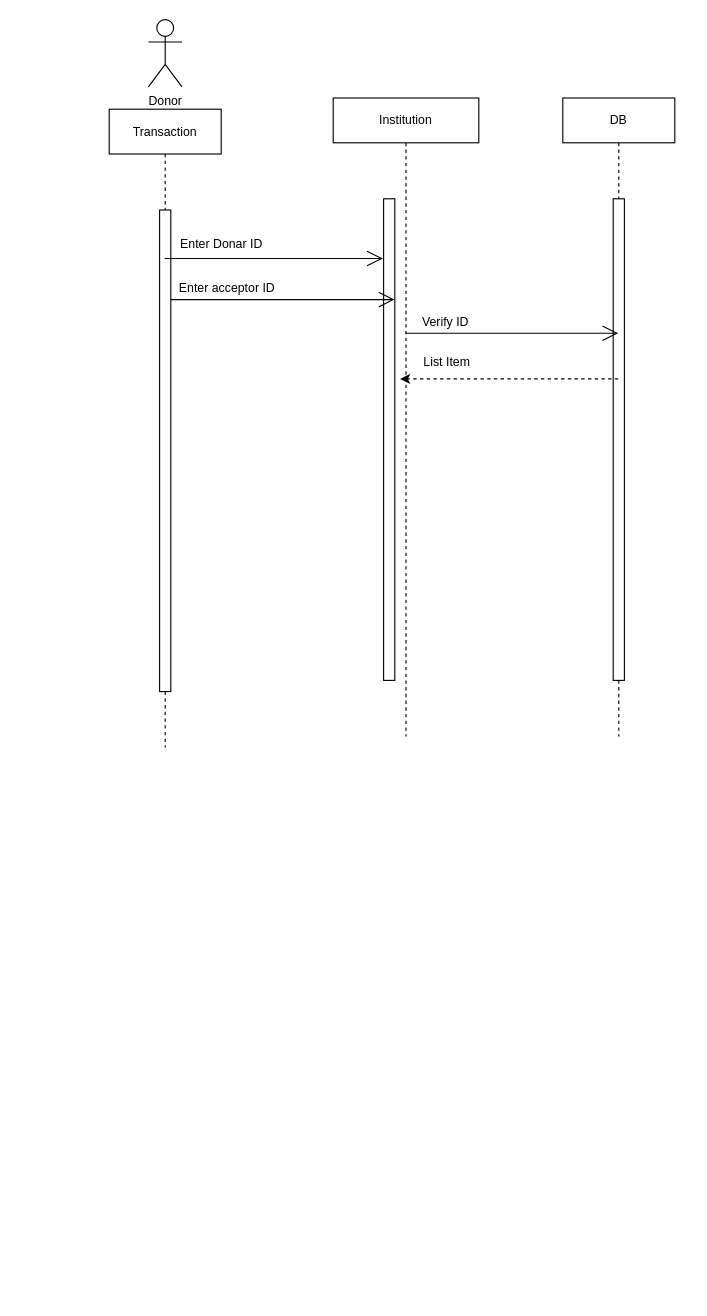
Before: page "Transaction Activity" (4 of 4) of InstitutionManagement.drawio in muhmagdy/Bloodify, a draw.io diagram. Source tidied: cells renumbered, new cells numbered last; positions are measured from the earlier drawing's top-left corner, leaving out a move shared by most shapes. Both pictures are drawn from the tidied source at 112%, with x=0, y=0 at pixel (109, 19).
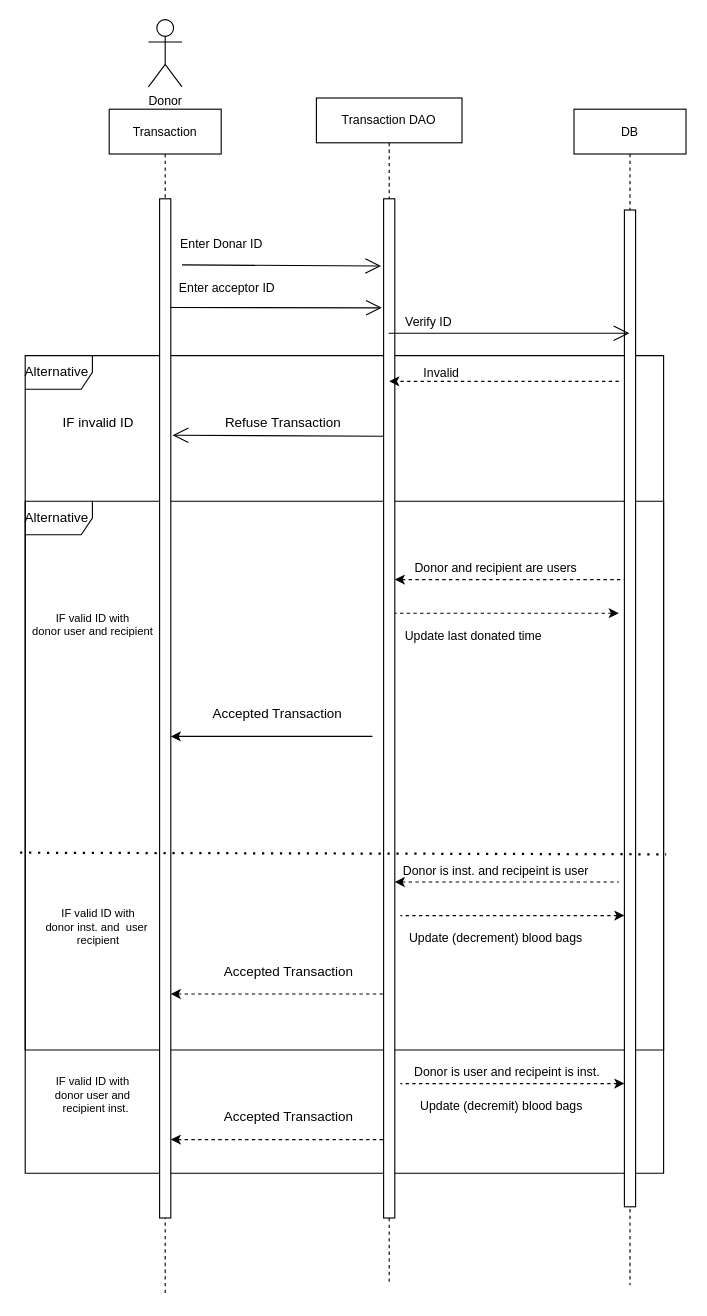
The same diagram, later.

Commit message (it also covers changes not shown here):
added transaction activity diagram

The edit, as a diff of the source:
```diff
@@
+    <mxCell id="17" value="Alternative&amp;nbsp;" style="shape=umlFrame;whiteSpace=wrap;html=1;" parent="1" vertex="1">
+      <mxGeometry x="-75" y="430" width="570" height="490" as="geometry" />
+    </mxCell>
+    <mxCell id="18" value="Alternative&amp;nbsp;" style="shape=umlFrame;whiteSpace=wrap;html=1;" parent="1" vertex="1">
+      <mxGeometry x="-75" y="300" width="570" height="730" as="geometry" />
+    </mxCell>
@@
     <mxCell id="3" value="Transaction" style="shape=umlLifeline;perimeter=lifelinePerimeter;whiteSpace=wrap;html=1;outlineConnect=0;fontSize=11;" parent="1" vertex="1">
-      <mxGeometry y="80" width="100" height="570" as="geometry" />
+      <mxGeometry y="80" width="100" height="1060" as="geometry" />
     </mxCell>
     <mxCell id="4" style="html=1;points=[];perimeter=orthogonalPerimeter;fontSize=11;" parent="3" vertex="1">
-      <mxGeometry x="45" y="90" width="10" height="430" as="geometry" />
+      <mxGeometry x="45" y="80" width="10" height="910" as="geometry" />
     </mxCell>
-    <mxCell id="5" value="Institution" style="shape=umlLifeline;perimeter=lifelinePerimeter;whiteSpace=wrap;html=1;outlineConnect=0;fontSize=11;" parent="1" vertex="1">
-      <mxGeometry x="200" y="70" width="130" height="570" as="geometry" />
+    <mxCell id="5" value="Transaction DAO" style="shape=umlLifeline;perimeter=lifelinePerimeter;whiteSpace=wrap;html=1;outlineConnect=0;fontSize=11;" parent="1" vertex="1">
+      <mxGeometry x="185" y="70" width="130" height="1060" as="geometry" />
     </mxCell>
     <mxCell id="6" style="html=1;points=[];perimeter=orthogonalPerimeter;fontSize=11;" parent="5" vertex="1">
-      <mxGeometry x="45" y="90" width="10" height="430" as="geometry" />
+      <mxGeometry x="60" y="90" width="10" height="910" as="geometry" />
     </mxCell>
@@
+    <mxCell id="19" value="Accepted Transaction" style="text;html=1;align=center;verticalAlign=middle;strokeColor=none;fillColor=none;" parent="5" vertex="1">
+      <mxGeometry x="-100" y="540" width="130" height="20" as="geometry" />
+    </mxCell>
+    <mxCell id="20" style="endArrow=none;endFill=0;endSize=12;html=1;fontSize=11;startArrow=classic;startFill=1;" parent="5" edge="1">
+      <mxGeometry relative="1" as="geometry">
+        <mxPoint x="-130" y="570" as="sourcePoint" />
+        <mxPoint x="50" y="570" as="targetPoint" />
+        <Array as="points">
+          <mxPoint x="-24.5" y="570" />
+        </Array>
+      </mxGeometry>
+    </mxCell>
     <mxCell id="8" value="DB" style="shape=umlLifeline;perimeter=lifelinePerimeter;whiteSpace=wrap;html=1;outlineConnect=0;fontSize=11;" parent="1" vertex="1">
-      <mxGeometry x="405" y="70" width="100" height="570" as="geometry" />
+      <mxGeometry x="415" y="80" width="100" height="1050" as="geometry" />
     </mxCell>
     <mxCell id="9" style="html=1;perimeter=orthogonalPerimeter;fontSize=11;" parent="8" vertex="1">
-      <mxGeometry x="45" y="90" width="10" height="430" as="geometry" />
+      <mxGeometry x="45" y="90" width="10" height="890" as="geometry" />
     </mxCell>
-    <mxCell id="10" style="endArrow=open;endFill=1;endSize=12;html=1;fontSize=11;entryX=-0.066;entryY=0.124;entryDx=0;entryDy=0;entryPerimeter=0;" parent="1" edge="1" source="3" target="6">
-      <mxGeometry relative="1" as="geometry" />
+    <mxCell id="10" style="endArrow=open;endFill=1;endSize=12;html=1;fontSize=11;entryX=-0.157;entryY=0.107;entryDx=0;entryDy=0;entryPerimeter=0;" parent="1" edge="1" target="6">
+      <mxGeometry relative="1" as="geometry">
+        <mxPoint x="55" y="257" as="sourcePoint" />
+      </mxGeometry>
     </mxCell>
@@
-    <mxCell id="13" style="endArrow=classic;html=1;fontSize=11;entryX=1.467;entryY=0.374;entryDx=0;entryDy=0;entryPerimeter=0;dashed=1;" parent="1" edge="1" source="8" target="6">
-      <mxGeometry relative="1" as="geometry" />
+    <mxCell id="13" style="endArrow=classic;html=1;fontSize=11;dashed=1;" parent="1" edge="1">
+      <mxGeometry relative="1" as="geometry">
+        <mxPoint x="455" y="323" as="sourcePoint" />
+        <mxPoint x="250" y="323" as="targetPoint" />
+        <Array as="points">
+          <mxPoint x="385" y="323" />
+        </Array>
+      </mxGeometry>
     </mxCell>
-    <mxCell id="14" value="List Item" style="text;strokeColor=none;fillColor=none;align=left;verticalAlign=middle;spacingLeft=4;spacingRight=4;overflow=hidden;fontSize=11;" parent="1" vertex="1">
-      <mxGeometry x="275" y="290" width="80" height="30" as="geometry" />
+    <mxCell id="14" value="Invalid" style="text;strokeColor=none;fillColor=none;align=left;verticalAlign=middle;spacingLeft=4;spacingRight=4;overflow=hidden;fontSize=11;" parent="1" vertex="1">
+      <mxGeometry x="275" y="300" width="80" height="30" as="geometry" />
     </mxCell>
-    <mxCell id="15" style="endArrow=open;endFill=1;endSize=12;html=1;fontSize=11;entryX=-0.066;entryY=0.124;entryDx=0;entryDy=0;entryPerimeter=0;" parent="1" edge="1">
+    <mxCell id="15" style="endArrow=open;endFill=1;endSize=12;html=1;fontSize=11;entryX=-0.226;entryY=0.066;entryDx=0;entryDy=0;entryPerimeter=0;" parent="1" edge="1" target="6">
       <mxGeometry relative="1" as="geometry">
-        <mxPoint x="55" y="250" as="sourcePoint" />
-        <mxPoint x="254.7" y="250" as="targetPoint" />
+        <mxPoint x="65" y="219" as="sourcePoint" />
       </mxGeometry>
     </mxCell>
@@
+    <mxCell id="21" style="endArrow=open;endFill=1;endSize=12;html=1;exitX=0.04;exitY=0.233;exitDx=0;exitDy=0;exitPerimeter=0;entryX=1.16;entryY=0.232;entryDx=0;entryDy=0;entryPerimeter=0;" parent="1" edge="1" source="6" target="4">
+      <mxGeometry relative="1" as="geometry" />
+    </mxCell>
+    <mxCell id="22" value="Refuse Transaction" style="text;html=1;align=center;verticalAlign=middle;strokeColor=none;fillColor=none;" parent="1" vertex="1">
+      <mxGeometry x="95" y="350" width="120" height="20" as="geometry" />
+    </mxCell>
+    <mxCell id="23" value="IF invalid ID" style="text;html=1;align=center;verticalAlign=middle;strokeColor=none;fillColor=none;" parent="1" vertex="1">
+      <mxGeometry x="-50" y="350" width="80" height="20" as="geometry" />
+    </mxCell>
+    <mxCell id="24" style="endArrow=none;dashed=1;html=1;dashPattern=1 3;strokeWidth=2;exitX=-0.008;exitY=0.608;exitDx=0;exitDy=0;exitPerimeter=0;rounded=0;entryX=1.004;entryY=0.61;entryDx=0;entryDy=0;entryPerimeter=0;" parent="1" edge="1" source="18" target="18">
+      <mxGeometry relative="1" as="geometry" />
+    </mxCell>
+    <mxCell id="25" value="Donor and recipient are users" style="text;html=1;align=center;verticalAlign=middle;strokeColor=none;fillColor=none;fontSize=11;" parent="1" vertex="1">
+      <mxGeometry x="265" y="480" width="160" height="20" as="geometry" />
+    </mxCell>
+    <mxCell id="26" style="endArrow=none;endFill=0;endSize=12;html=1;fontSize=11;startArrow=classic;startFill=1;dashed=1;" parent="1" edge="1">
+      <mxGeometry relative="1" as="geometry">
+        <mxPoint x="255" y="500" as="sourcePoint" />
+        <mxPoint x="460" y="500" as="targetPoint" />
+        <Array as="points">
+          <mxPoint x="360.5" y="500" />
+        </Array>
+      </mxGeometry>
+    </mxCell>
+    <mxCell id="27" style="endArrow=none;endFill=0;endSize=12;html=1;fontSize=11;startArrow=classic;startFill=1;dashed=1;" parent="1" edge="1" target="6">
+      <mxGeometry relative="1" as="geometry">
+        <mxPoint x="455" y="530" as="sourcePoint" />
+        <Array as="points">
+          <mxPoint x="371" y="530" />
+        </Array>
+      </mxGeometry>
+    </mxCell>
+    <mxCell id="28" value="&lt;font style=&quot;font-size: 10px&quot;&gt;IF valid ID with &lt;br&gt;donor user and recipient&lt;br&gt;&lt;/font&gt;" style="text;html=1;align=center;verticalAlign=middle;strokeColor=none;fillColor=none;fontSize=10;" parent="1" vertex="1">
+      <mxGeometry x="-75" y="525" width="120" height="30" as="geometry" />
+    </mxCell>
+    <mxCell id="29" value="Update last donated time" style="text;html=1;align=center;verticalAlign=middle;strokeColor=none;fillColor=none;fontSize=11;" parent="1" vertex="1">
+      <mxGeometry x="255" y="540" width="140" height="20" as="geometry" />
+    </mxCell>
+    <mxCell id="30" value="Donor is inst. and recipeint is user" style="text;html=1;align=center;verticalAlign=middle;strokeColor=none;fillColor=none;fontSize=11;" parent="1" vertex="1">
+      <mxGeometry x="255" y="750" width="180" height="20" as="geometry" />
+    </mxCell>
+    <mxCell id="31" style="endArrow=none;endFill=0;endSize=12;html=1;fontSize=11;startArrow=classic;startFill=1;dashed=1;" parent="1" edge="1" source="6">
+      <mxGeometry relative="1" as="geometry">
+        <mxPoint x="455" y="770" as="targetPoint" />
+        <Array as="points">
+          <mxPoint x="361" y="770" />
+        </Array>
+      </mxGeometry>
+    </mxCell>
+    <mxCell id="32" style="endArrow=none;endFill=0;endSize=12;html=1;fontSize=11;startArrow=classic;startFill=1;dashed=1;" parent="1" edge="1">
+      <mxGeometry relative="1" as="geometry">
+        <mxPoint x="460" y="800" as="sourcePoint" />
+        <mxPoint x="260" y="800" as="targetPoint" />
+        <Array as="points">
+          <mxPoint x="376" y="800" />
+        </Array>
+      </mxGeometry>
+    </mxCell>
+    <mxCell id="33" value="Update (decrement) blood bags" style="text;html=1;align=center;verticalAlign=middle;strokeColor=none;fillColor=none;fontSize=11;" parent="1" vertex="1">
+      <mxGeometry x="260" y="810" width="170" height="20" as="geometry" />
+    </mxCell>
+    <mxCell id="34" style="endArrow=none;endFill=0;endSize=12;html=1;fontSize=11;startArrow=classic;startFill=1;dashed=1;" parent="1" edge="1" source="4">
+      <mxGeometry relative="1" as="geometry">
+        <mxPoint x="245" y="870" as="targetPoint" />
+        <Array as="points">
+          <mxPoint x="170.5" y="870" />
+        </Array>
+      </mxGeometry>
+    </mxCell>
+    <mxCell id="35" value="Accepted Transaction" style="text;html=1;align=center;verticalAlign=middle;strokeColor=none;fillColor=none;" parent="1" vertex="1">
+      <mxGeometry x="95" y="840" width="130" height="20" as="geometry" />
+    </mxCell>
+    <mxCell id="36" value="&lt;font style=&quot;font-size: 10px&quot;&gt;IF valid ID with &lt;br&gt;donor inst. and&amp;nbsp; user&amp;nbsp;&lt;br&gt;recipient&lt;br&gt;&lt;/font&gt;" style="text;html=1;align=center;verticalAlign=middle;strokeColor=none;fillColor=none;fontSize=10;" parent="1" vertex="1">
+      <mxGeometry x="-65" y="790" width="110" height="40" as="geometry" />
+    </mxCell>
+    <mxCell id="37" value="&lt;font style=&quot;font-size: 10px&quot;&gt;IF valid ID with &lt;br&gt;donor user and&lt;br&gt;&amp;nbsp; recipient inst.&lt;br&gt;&lt;/font&gt;" style="text;html=1;align=center;verticalAlign=middle;strokeColor=none;fillColor=none;fontSize=10;" parent="1" vertex="1">
+      <mxGeometry x="-55" y="940" width="80" height="40" as="geometry" />
+    </mxCell>
+    <mxCell id="38" style="endArrow=none;endFill=0;endSize=12;html=1;fontSize=11;startArrow=classic;startFill=1;dashed=1;" parent="1" edge="1">
+      <mxGeometry relative="1" as="geometry">
+        <mxPoint x="460" y="950" as="sourcePoint" />
+        <mxPoint x="260" y="950" as="targetPoint" />
+        <Array as="points">
+          <mxPoint x="376" y="950" />
+        </Array>
+      </mxGeometry>
+    </mxCell>
+    <mxCell id="39" value="Update (decremit) blood bags" style="text;html=1;align=center;verticalAlign=middle;strokeColor=none;fillColor=none;fontSize=11;" parent="1" vertex="1">
+      <mxGeometry x="270" y="960" width="160" height="20" as="geometry" />
+    </mxCell>
+    <mxCell id="40" value="Donor is user and recipeint is inst." style="text;html=1;align=center;verticalAlign=middle;strokeColor=none;fillColor=none;fontSize=11;" parent="1" vertex="1">
+      <mxGeometry x="265" y="930" width="180" height="20" as="geometry" />
+    </mxCell>
+    <mxCell id="41" style="endArrow=none;endFill=0;endSize=12;html=1;fontSize=11;startArrow=classic;startFill=1;dashed=1;" parent="1" edge="1">
+      <mxGeometry relative="1" as="geometry">
+        <mxPoint x="55" y="1000" as="sourcePoint" />
+        <mxPoint x="245" y="1000" as="targetPoint" />
+        <Array as="points">
+          <mxPoint x="170.5" y="1000" />
+        </Array>
+      </mxGeometry>
+    </mxCell>
+    <mxCell id="42" value="Accepted Transaction" style="text;html=1;align=center;verticalAlign=middle;strokeColor=none;fillColor=none;" parent="1" vertex="1">
+      <mxGeometry x="95" y="970" width="130" height="20" as="geometry" />
+    </mxCell>
```
